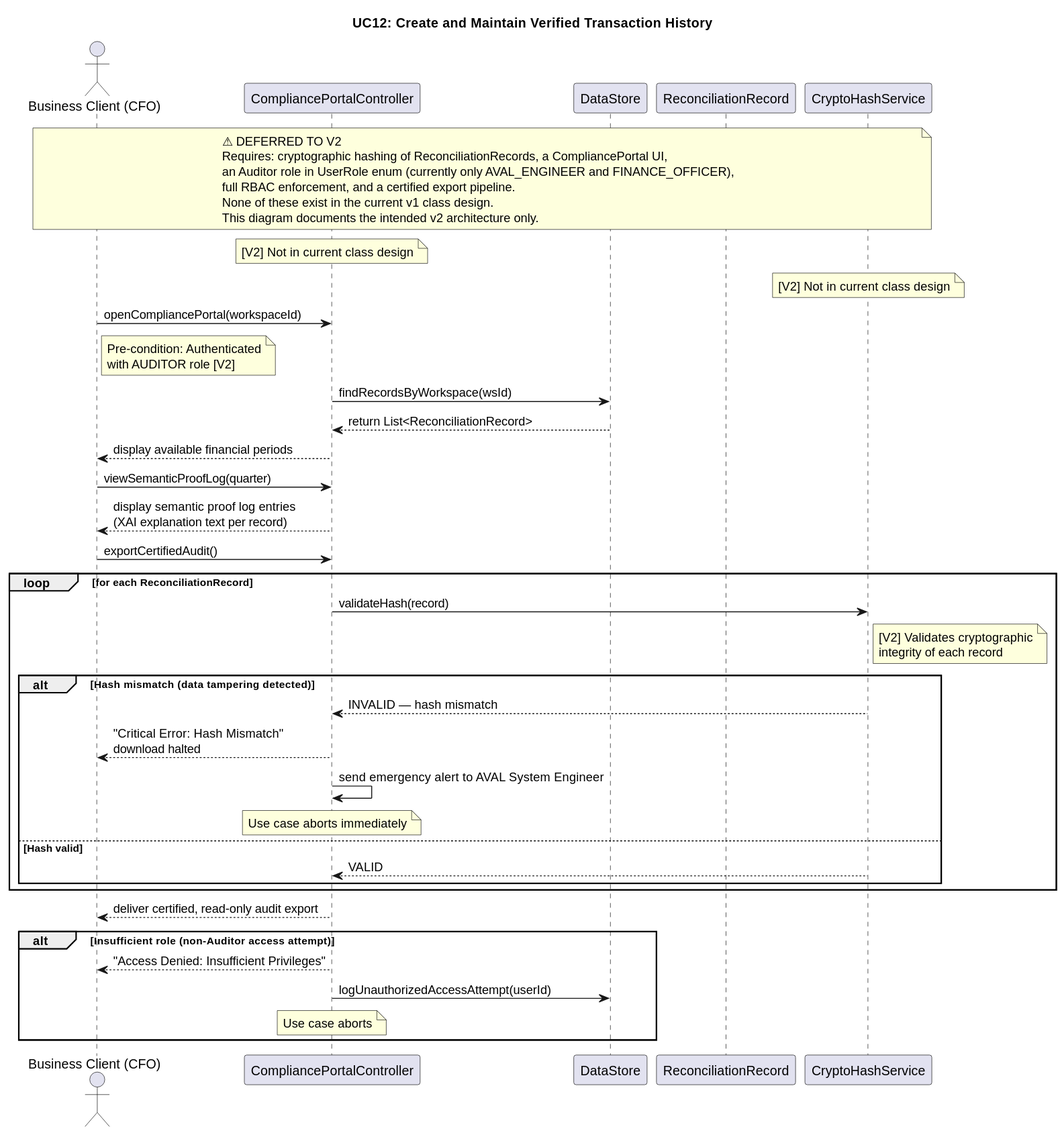
The PlantUML diagram docs/Sequence Diagrams/UC12_CreateAndMaintainVerifiedTransactionHistory.svg in rayyan-41/AVAL-AI-Reconciliation-Engine, before a commit.
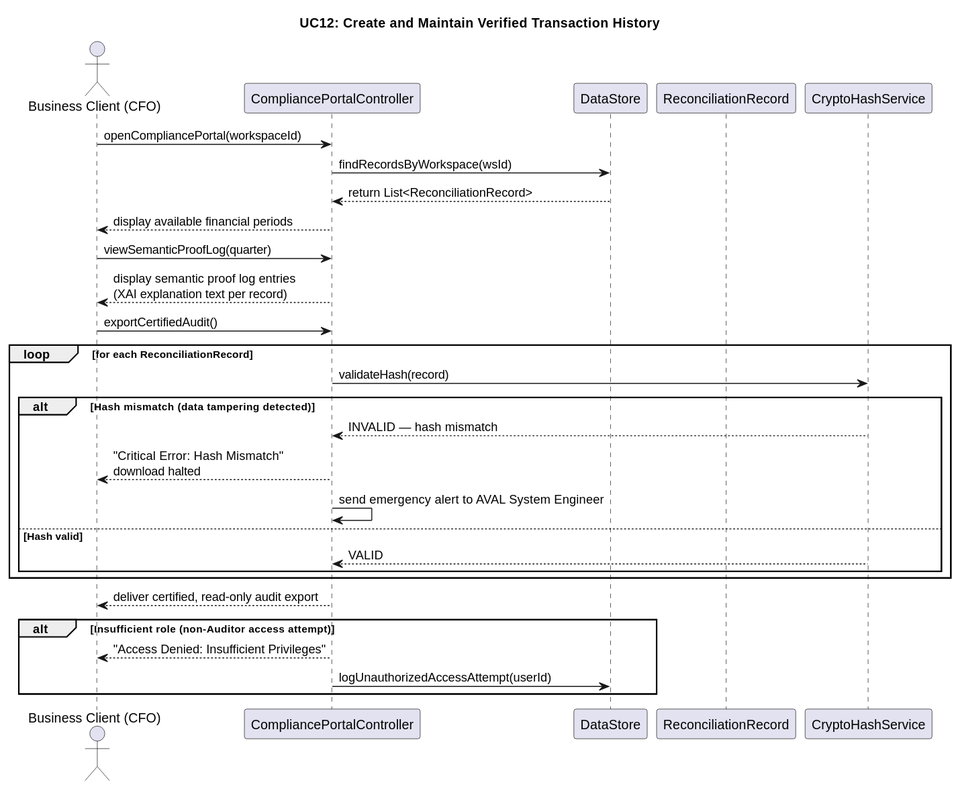
The same diagram one commit later.

The edit, as a diff of the source:
```diff
@@ -1,14 +1,5 @@
 @startuml
 title UC12: Create and Maintain Verified Transaction History
-
-note across
-  ⚠ DEFERRED TO V2
-  Requires: cryptographic hashing of ReconciliationRecords, a CompliancePortal UI,
-  an Auditor role in UserRole enum (currently only AVAL_ENGINEER and FINANCE_OFFICER),
-  full RBAC enforcement, and a certified export pipeline.
-  None of these exist in the current v1 class design.
-  This diagram documents the intended v2 architecture only.
-end note
 
 actor "Business Client (CFO)" as CFO
 participant "CompliancePortalController" as CPC
@@ -16,11 +7,7 @@
 participant "ReconciliationRecord" as RR
 participant "CryptoHashService" as CHS
 
-note over CPC : [V2] Not in current class design
-note over CHS : [V2] Not in current class design
-
 CFO -> CPC : openCompliancePortal(workspaceId)
-note right of CFO : Pre-condition: Authenticated\nwith AUDITOR role [V2]
 
 CPC -> DS : findRecordsByWorkspace(wsId)
 DS --> CPC : return List<ReconciliationRecord>
@@ -33,13 +20,11 @@
 
 loop for each ReconciliationRecord
     CPC -> CHS : validateHash(record)
-    note right of CHS : [V2] Validates cryptographic\nintegrity of each record
 
     alt Hash mismatch (data tampering detected)
         CHS --> CPC : INVALID — hash mismatch
         CPC --> CFO : "Critical Error: Hash Mismatch"\ndownload halted
         CPC -> CPC : send emergency alert to AVAL System Engineer
-        note over CPC : Use case aborts immediately
     else Hash valid
         CHS --> CPC : VALID
     end
@@ -50,6 +35,5 @@
 alt Insufficient role (non-Auditor access attempt)
     CPC --> CFO : "Access Denied: Insufficient Privileges"
     CPC -> DS : logUnauthorizedAccessAttempt(userId)
-    note over CPC : Use case aborts
 end
 @enduml
```
